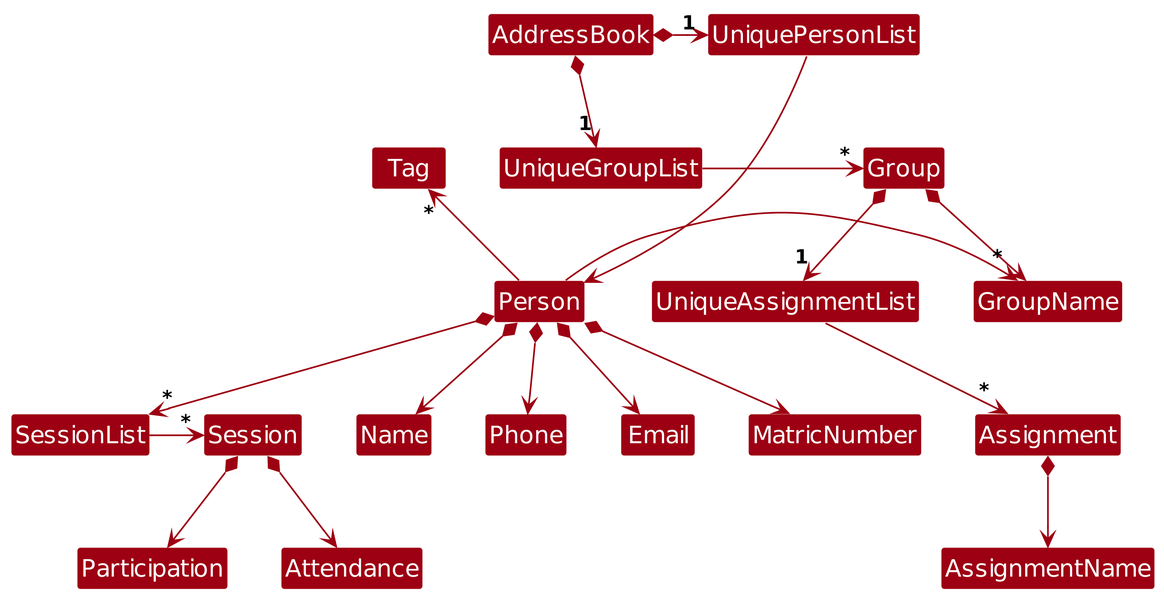
The PlantUML diagram diagrams/BetterModelClassDiagram.png in AY2526S2-CS2103T-F14-1/tp, before a commit. Its source is kept beside it as diagrams/BetterModelClassDiagram.puml. Source of this version:
```plantuml
@startuml
!include style.puml
skinparam arrowThickness 1.1
skinparam arrowColor MODEL_COLOR
skinparam classBackgroundColor MODEL_COLOR

AddressBook *-right-> "1" UniquePersonList
AddressBook *-down-> "1" UniqueGroupList

UniquePersonList -right-> Person
UniqueGroupList -right-> "*" Group

Group *--> GroupName
Group *-down-> "1" UniqueAssignmentList
UniqueAssignmentList -right-> "*" Assignment
Assignment *--> AssignmentName

Person -up-> "*" Tag
Person -right-> "*" GroupName
Person *--> Name
Person *--> Phone
Person *--> Email
Person *--> MatricNumber
Person *-down-> "*" SessionList

SessionList -right-> "*" Session
Session *--> Attendance
Session *--> Participation

Name -[hidden]right-> Phone
Phone -[hidden]right-> Email
Email -[hidden]right-> MatricNumber
GroupName -[hidden]down-> Assignment
@enduml
```
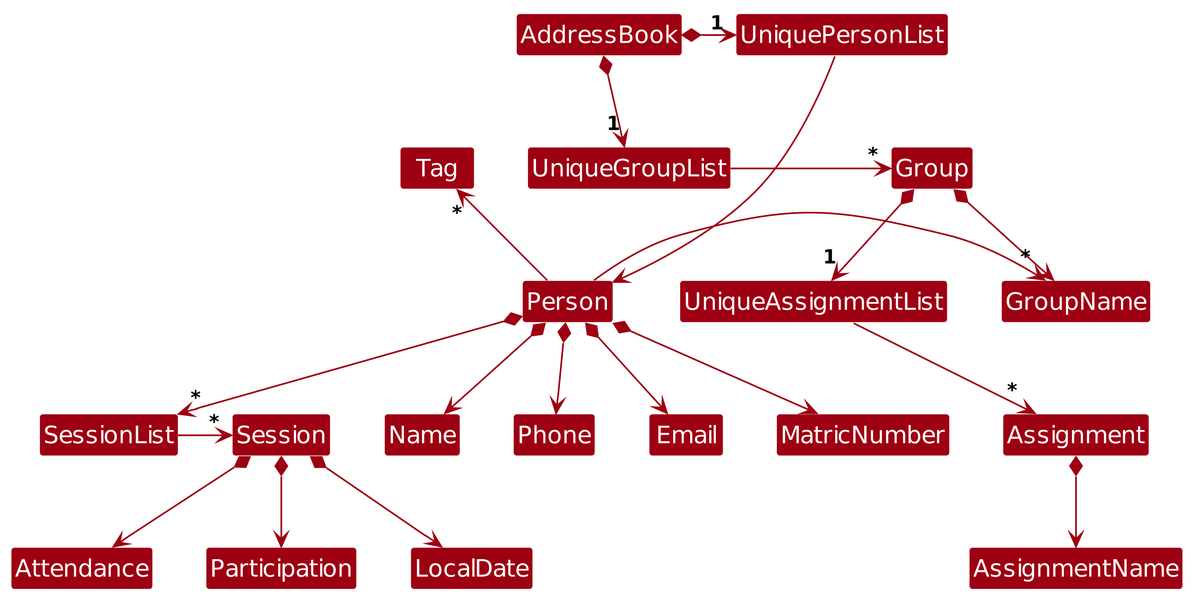
The same diagram one commit later.

What changed in the source:
```diff
@@ -24,6 +24,7 @@
 Person *-down-> "*" SessionList
 
 SessionList -right-> "*" Session
+Session *--> LocalDate
 Session *--> Attendance
 Session *--> Participation
 
```
